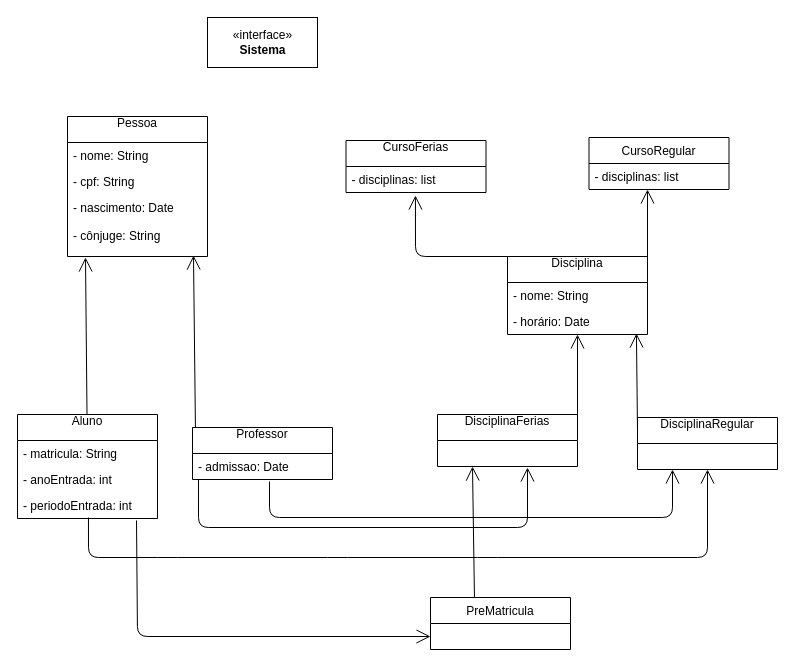
The draw.io diagram Sistema de matricula.drawio in Thamires-Lopes/mpoo-tlm-20191, before the edit. Source tidied: cells renumbered, new cells numbered last; positions are measured from the earlier drawing's top-left corner, leaving out a move shared by most shapes. Both pictures are drawn from the tidied source at 100%, with x=0, y=0 at pixel (17, 17).
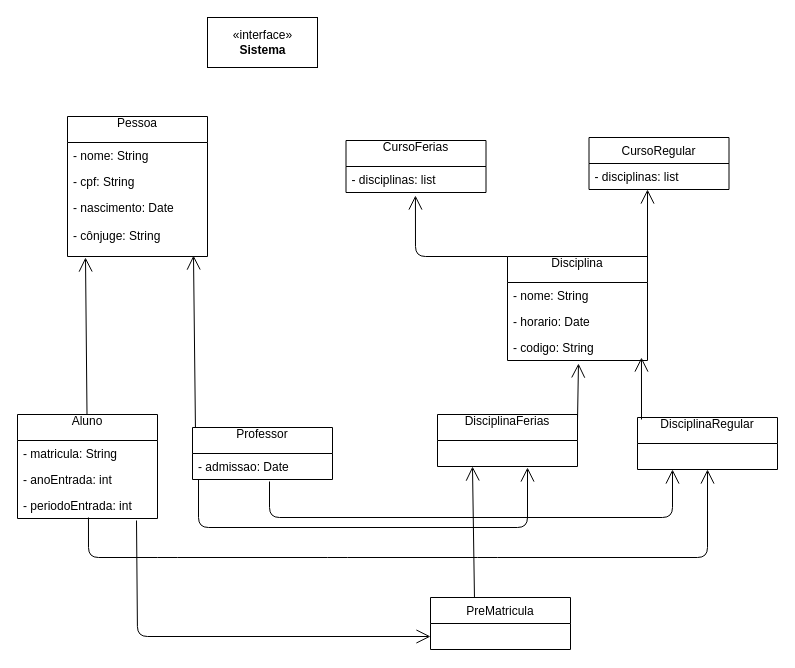
The same diagram, later.

Commit message:
Pequena modificação no sistema de matrícula

The change refers to these unchanged cells:
```xml
<mxCell id="15" value="DisciplinaFerias&#10;" style="swimlane;fontStyle=0;horizontal=1;startSize=26;fillColor=none;" parent="1" vertex="1">
  <mxGeometry x="420" y="397" width="140" height="52" as="geometry" />
</mxCell>
<mxCell id="16" value="DisciplinaRegular&#10;" style="swimlane;fontStyle=0;horizontal=1;startSize=26;fillColor=none;" parent="1" vertex="1">
  <mxGeometry x="620" y="400" width="140" height="52" as="geometry" />
</mxCell>
```

What changed in the source:
```diff
@@
-    <mxCell id="12" value="Disciplina&#10;" style="swimlane;fontStyle=0;horizontal=1;startSize=26;fillColor=none;" parent="1" vertex="1">
-      <mxGeometry x="490" y="239" width="140" height="78" as="geometry" />
-    </mxCell>
-    <mxCell id="13" value="- nome: String&#10;" style="text;strokeColor=none;fillColor=none;align=left;verticalAlign=top;spacingLeft=4;spacingRight=4;overflow=hidden;" parent="12" vertex="1">
-      <mxGeometry y="26" width="140" height="26" as="geometry" />
-    </mxCell>
-    <mxCell id="14" value="- horário: Date&#10;" style="text;strokeColor=none;fillColor=none;align=left;verticalAlign=top;spacingLeft=4;spacingRight=4;overflow=hidden;points=[[0,0.5],[1,0.5]];portConstraint=eastwest;" parent="12" vertex="1">
-      <mxGeometry y="52" width="140" height="26" as="geometry" />
-    </mxCell>
@@
-    <mxCell id="28" style="endArrow=open;endFill=1;endSize=12;html=1;exitX=1;exitY=0.115;exitDx=0;exitDy=0;exitPerimeter=0;" parent="1" edge="1" source="15" target="14">
+    <mxCell id="28" style="endArrow=open;endFill=1;endSize=12;html=1;exitX=1;exitY=0.115;exitDx=0;exitDy=0;exitPerimeter=0;entryX=0.507;entryY=1.115;entryDx=0;entryDy=0;entryPerimeter=0;" parent="1" edge="1" source="15" target="35">
       <mxGeometry relative="1" as="geometry" />
     </mxCell>
-    <mxCell id="29" style="endArrow=open;endFill=1;endSize=12;html=1;entryX=0.921;entryY=0.962;entryDx=0;entryDy=0;entryPerimeter=0;exitX=0;exitY=0.25;exitDx=0;exitDy=0;" parent="1" edge="1" source="16" target="14">
-      <mxGeometry relative="1" as="geometry" />
-    </mxCell>
@@
+    <mxCell id="12" value="Disciplina&#10;" style="swimlane;fontStyle=0;horizontal=1;startSize=26;fillColor=none;" parent="1" vertex="1">
+      <mxGeometry x="490" y="239" width="140" height="104" as="geometry" />
+    </mxCell>
+    <mxCell id="13" value="- nome: String&#10;" style="text;strokeColor=none;fillColor=none;align=left;verticalAlign=top;spacingLeft=4;spacingRight=4;overflow=hidden;" parent="12" vertex="1">
+      <mxGeometry y="26" width="140" height="26" as="geometry" />
+    </mxCell>
+    <mxCell id="34" value="- horario: Date&#10;" style="text;strokeColor=none;fillColor=none;align=left;verticalAlign=top;spacingLeft=4;spacingRight=4;overflow=hidden;" parent="12" vertex="1">
+      <mxGeometry y="52" width="140" height="26" as="geometry" />
+    </mxCell>
+    <mxCell id="35" value="- codigo: String&#10;" style="text;strokeColor=none;fillColor=none;align=left;verticalAlign=top;spacingLeft=4;spacingRight=4;overflow=hidden;points=[[0,0.5],[1,0.5]];portConstraint=eastwest;" parent="12" vertex="1">
+      <mxGeometry y="78" width="140" height="26" as="geometry" />
+    </mxCell>
+    <mxCell id="36" style="endArrow=open;endFill=1;endSize=12;html=1;entryX=0.957;entryY=0.885;entryDx=0;entryDy=0;entryPerimeter=0;" parent="1" edge="1" target="35">
+      <mxGeometry relative="1" as="geometry">
+        <mxPoint x="624" y="402" as="sourcePoint" />
+      </mxGeometry>
+    </mxCell>
```
